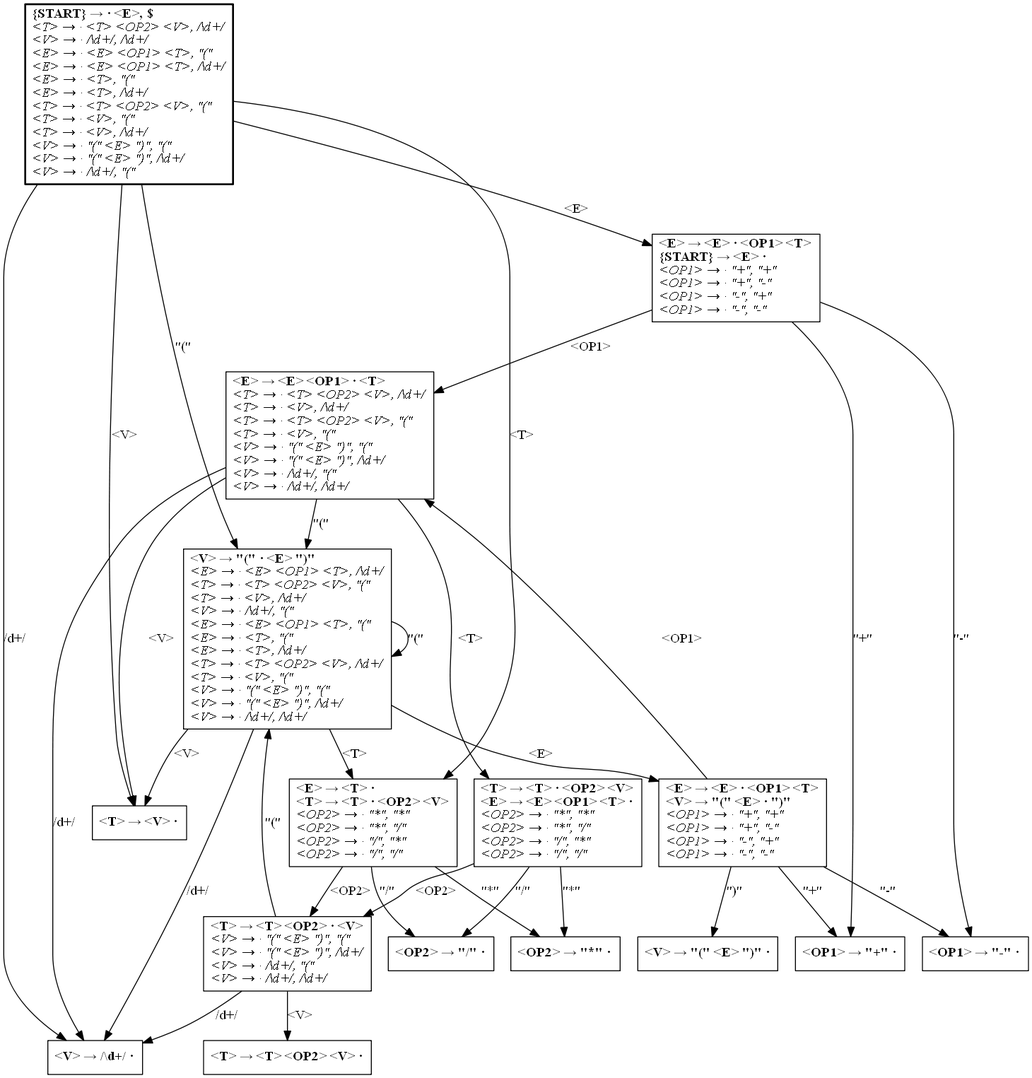
The Graphviz diagram lalr_collection_test.dot.png in tokenshift/appa, before a commit. Its source is kept beside it as lalr_collection_test.dot.
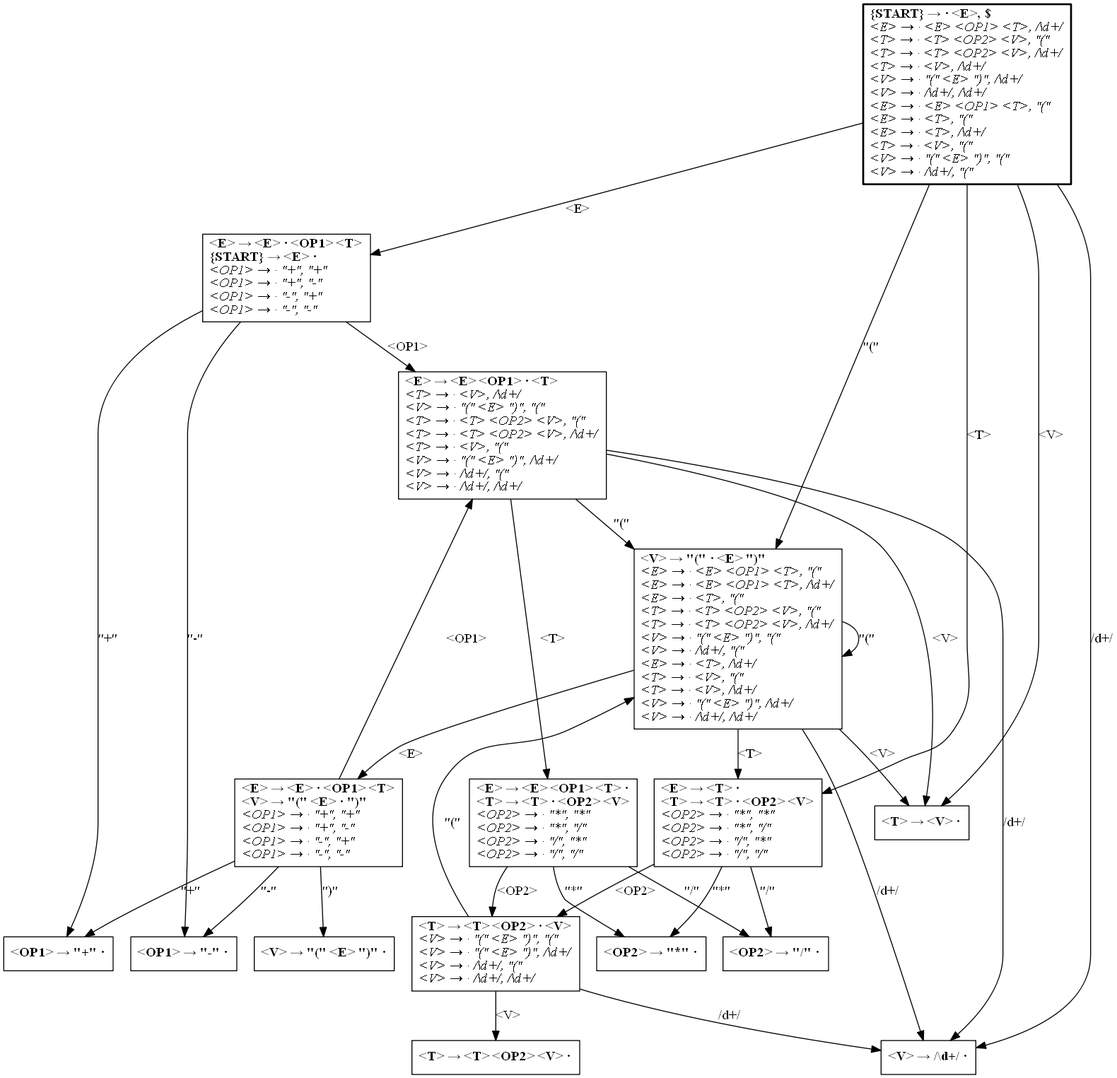
Above is the later version.

Commit message:
Implemented collection and set .each

What changed in the source:
```diff
@@ -1,24 +1,147 @@
 digraph LALR_Collection {
 	node[shape=box];
 
-	1 [label=<<b>
-	&amp;lt;OP1&amp;gt; → "-" ·<br align="left" />
+	1 [penwidth=2
+	label=<<b>
+	{START} → · &amp;lt;E&amp;gt;, $<br align="left" />
+	</b><i>
+	&amp;lt;E&amp;gt; → · &amp;lt;E&amp;gt; &amp;lt;OP1&amp;gt; &amp;lt;T&amp;gt;, /\d+/<br align="left" />
+	&amp;lt;T&amp;gt; → · &amp;lt;T&amp;gt; &amp;lt;OP2&amp;gt; &amp;lt;V&amp;gt;, "("<br align="left" />
+	&amp;lt;T&amp;gt; → · &amp;lt;T&amp;gt; &amp;lt;OP2&amp;gt; &amp;lt;V&amp;gt;, /\d+/<br align="left" />
+	&amp;lt;T&amp;gt; → · &amp;lt;V&amp;gt;, /\d+/<br align="left" />
+	&amp;lt;V&amp;gt; → · "(" &amp;lt;E&amp;gt; ")", /\d+/<br align="left" />
+	&amp;lt;V&amp;gt; → · /\d+/, /\d+/<br align="left" />
+	&amp;lt;E&amp;gt; → · &amp;lt;E&amp;gt; &amp;lt;OP1&amp;gt; &amp;lt;T&amp;gt;, "("<br align="left" />
+	&amp;lt;E&amp;gt; → · &amp;lt;T&amp;gt;, "("<br align="left" />
+	&amp;lt;E&amp;gt; → · &amp;lt;T&amp;gt;, /\d+/<br align="left" />
+	&amp;lt;T&amp;gt; → · &amp;lt;V&amp;gt;, "("<br align="left" />
+	&amp;lt;V&amp;gt; → · "(" &amp;lt;E&amp;gt; ")", "("<br align="left" />
+	&amp;lt;V&amp;gt; → · /\d+/, "("<br align="left" />
+	</i>>];
+
+	1 -> 2 [label="<E>"];
+	1 -> 3 [label="<T>"];
+	1 -> 4 [label="/\d+/"];
+	1 -> 5 [label="<V>"];
+	1 -> 6 [label="\"(\""];
+
+	6 [label=<<b>
+	&amp;lt;V&amp;gt; → "(" · &amp;lt;E&amp;gt; ")"<br align="left" />
+	</b><i>
+	&amp;lt;E&amp;gt; → · &amp;lt;E&amp;gt; &amp;lt;OP1&amp;gt; &amp;lt;T&amp;gt;, "("<br align="left" />
+	&amp;lt;E&amp;gt; → · &amp;lt;E&amp;gt; &amp;lt;OP1&amp;gt; &amp;lt;T&amp;gt;, /\d+/<br align="left" />
+	&amp;lt;E&amp;gt; → · &amp;lt;T&amp;gt;, "("<br align="left" />
+	&amp;lt;T&amp;gt; → · &amp;lt;T&amp;gt; &amp;lt;OP2&amp;gt; &amp;lt;V&amp;gt;, "("<br align="left" />
+	&amp;lt;T&amp;gt; → · &amp;lt;T&amp;gt; &amp;lt;OP2&amp;gt; &amp;lt;V&amp;gt;, /\d+/<br align="left" />
+	&amp;lt;V&amp;gt; → · "(" &amp;lt;E&amp;gt; ")", "("<br align="left" />
+	&amp;lt;V&amp;gt; → · /\d+/, "("<br align="left" />
+	&amp;lt;E&amp;gt; → · &amp;lt;T&amp;gt;, /\d+/<br align="left" />
+	&amp;lt;T&amp;gt; → · &amp;lt;V&amp;gt;, "("<br align="left" />
+	&amp;lt;T&amp;gt; → · &amp;lt;V&amp;gt;, /\d+/<br align="left" />
+	&amp;lt;V&amp;gt; → · "(" &amp;lt;E&amp;gt; ")", /\d+/<br align="left" />
+	&amp;lt;V&amp;gt; → · /\d+/, /\d+/<br align="left" />
+	</i>>];
+
+	6 -> 7 [label="<E>"];
+	6 -> 3 [label="<T>"];
+	6 -> 6 [label="\"(\""];
+	6 -> 4 [label="/\d+/"];
+	6 -> 5 [label="<V>"];
+
+	8 [label=<<b>
+	&amp;lt;OP1&amp;gt; → "+" ·<br align="left" />
 	</b>>];
 
-	2 [label=<<b>
-	&amp;lt;T&amp;gt; → &amp;lt;T&amp;gt; &amp;lt;OP2&amp;gt; · &amp;lt;V&amp;gt;<br align="left" />
+	9 [label=<<b>
+	&amp;lt;E&amp;gt; → &amp;lt;E&amp;gt; &amp;lt;OP1&amp;gt; &amp;lt;T&amp;gt; ·<br align="left" />
+	&amp;lt;T&amp;gt; → &amp;lt;T&amp;gt; · &amp;lt;OP2&amp;gt; &amp;lt;V&amp;gt;<br align="left" />
 	</b><i>
+	&amp;lt;OP2&amp;gt; → · "*", "*"<br align="left" />
+	&amp;lt;OP2&amp;gt; → · "*", "/"<br align="left" />
+	&amp;lt;OP2&amp;gt; → · "/", "*"<br align="left" />
+	&amp;lt;OP2&amp;gt; → · "/", "/"<br align="left" />
+	</i>>];
+
+	9 -> 10 [label="<OP2>"];
+	9 -> 11 [label="\"*\""];
+	9 -> 12 [label="\"/\""];
+
+	13 [label=<<b>
+	&amp;lt;T&amp;gt; → &amp;lt;T&amp;gt; &amp;lt;OP2&amp;gt; &amp;lt;V&amp;gt; ·<br align="left" />
+	</b>>];
+
+	14 [label=<<b>
+	&amp;lt;V&amp;gt; → "(" &amp;lt;E&amp;gt; ")" ·<br align="left" />
+	</b>>];
+
+	4 [label=<<b>
+	&amp;lt;V&amp;gt; → /\d+/ ·<br align="left" />
+	</b>>];
+
+	5 [label=<<b>
+	&amp;lt;T&amp;gt; → &amp;lt;V&amp;gt; ·<br align="left" />
+	</b>>];
+
+	15 [label=<<b>
+	&amp;lt;E&amp;gt; → &amp;lt;E&amp;gt; &amp;lt;OP1&amp;gt; · &amp;lt;T&amp;gt;<br align="left" />
+	</b><i>
+	&amp;lt;T&amp;gt; → · &amp;lt;V&amp;gt;, /\d+/<br align="left" />
 	&amp;lt;V&amp;gt; → · "(" &amp;lt;E&amp;gt; ")", "("<br align="left" />
+	&amp;lt;T&amp;gt; → · &amp;lt;T&amp;gt; &amp;lt;OP2&amp;gt; &amp;lt;V&amp;gt;, "("<br align="left" />
+	&amp;lt;T&amp;gt; → · &amp;lt;T&amp;gt; &amp;lt;OP2&amp;gt; &amp;lt;V&amp;gt;, /\d+/<br align="left" />
+	&amp;lt;T&amp;gt; → · &amp;lt;V&amp;gt;, "("<br align="left" />
 	&amp;lt;V&amp;gt; → · "(" &amp;lt;E&amp;gt; ")", /\d+/<br align="left" />
 	&amp;lt;V&amp;gt; → · /\d+/, "("<br align="left" />
 	&amp;lt;V&amp;gt; → · /\d+/, /\d+/<br align="left" />
 	</i>>];
 
-	2 -> 3 [label="<V>"];
-	2 -> 4 [label="\"(\""];
-	2 -> 5 [label="/\d+/"];
+	15 -> 9 [label="<T>"];
+	15 -> 5 [label="<V>"];
+	15 -> 6 [label="\"(\""];
+	15 -> 4 [label="/\d+/"];
 
-	6 [label=<<b>
+	12 [label=<<b>
+	&amp;lt;OP2&amp;gt; → "/" ·<br align="left" />
+	</b>>];
+
+	7 [label=<<b>
+	&amp;lt;E&amp;gt; → &amp;lt;E&amp;gt; · &amp;lt;OP1&amp;gt; &amp;lt;T&amp;gt;<br align="left" />
+	&amp;lt;V&amp;gt; → "(" &amp;lt;E&amp;gt; · ")"<br align="left" />
+	</b><i>
+	&amp;lt;OP1&amp;gt; → · "+", "+"<br align="left" />
+	&amp;lt;OP1&amp;gt; → · "+", "-"<br align="left" />
+	&amp;lt;OP1&amp;gt; → · "-", "+"<br align="left" />
+	&amp;lt;OP1&amp;gt; → · "-", "-"<br align="left" />
+	</i>>];
+
+	7 -> 15 [label="<OP1>"];
+	7 -> 14 [label="\")\""];
+	7 -> 8 [label="\"+\""];
+	7 -> 16 [label="\"-\""];
+
+	3 [label=<<b>
+	&amp;lt;E&amp;gt; → &amp;lt;T&amp;gt; ·<br align="left" />
+	&amp;lt;T&amp;gt; → &amp;lt;T&amp;gt; · &amp;lt;OP2&amp;gt; &amp;lt;V&amp;gt;<br align="left" />
+	</b><i>
+	&amp;lt;OP2&amp;gt; → · "*", "*"<br align="left" />
+	&amp;lt;OP2&amp;gt; → · "*", "/"<br align="left" />
+	&amp;lt;OP2&amp;gt; → · "/", "*"<br align="left" />
+	&amp;lt;OP2&amp;gt; → · "/", "/"<br align="left" />
+	</i>>];
+
+	3 -> 10 [label="<OP2>"];
+	3 -> 11 [label="\"*\""];
+	3 -> 12 [label="\"/\""];
+
+	16 [label=<<b>
+	&amp;lt;OP1&amp;gt; → "-" ·<br align="left" />
+	</b>>];
+
+	11 [label=<<b>
+	&amp;lt;OP2&amp;gt; → "*" ·<br align="left" />
+	</b>>];
+
+	2 [label=<<b>
 	&amp;lt;E&amp;gt; → &amp;lt;E&amp;gt; · &amp;lt;OP1&amp;gt; &amp;lt;T&amp;gt;<br align="left" />
 	{START} → &amp;lt;E&amp;gt; ·<br align="left" />
 	</b><i>
@@ -28,143 +151,20 @@
 	&amp;lt;OP1&amp;gt; → · "-", "-"<br align="left" />
 	</i>>];
 
-	6 -> 7 [label="<OP1>"];
-	6 -> 8 [label="\"+\""];
-	6 -> 1 [label="\"-\""];
-
-	9 [label=<<b>
-	&amp;lt;E&amp;gt; → &amp;lt;T&amp;gt; ·<br align="left" />
-	&amp;lt;T&amp;gt; → &amp;lt;T&amp;gt; · &amp;lt;OP2&amp;gt; &amp;lt;V&amp;gt;<br align="left" />
-	</b><i>
-	&amp;lt;OP2&amp;gt; → · "*", "*"<br align="left" />
-	&amp;lt;OP2&amp;gt; → · "*", "/"<br align="left" />
-	&amp;lt;OP2&amp;gt; → · "/", "*"<br align="left" />
-	&amp;lt;OP2&amp;gt; → · "/", "/"<br align="left" />
-	</i>>];
-
-	9 -> 2 [label="<OP2>"];
-	9 -> 10 [label="\"*\""];
-	9 -> 11 [label="\"/\""];
-
-	12 [label=<<b>
-	&amp;lt;T&amp;gt; → &amp;lt;V&amp;gt; ·<br align="left" />
-	</b>>];
+	2 -> 15 [label="<OP1>"];
+	2 -> 8 [label="\"+\""];
+	2 -> 16 [label="\"-\""];
 
 	10 [label=<<b>
-	&amp;lt;OP2&amp;gt; → "*" ·<br align="left" />
-	</b>>];
-
-	11 [label=<<b>
-	&amp;lt;OP2&amp;gt; → "/" ·<br align="left" />
-	</b>>];
-
-	13 [label=<<b>
-	&amp;lt;T&amp;gt; → &amp;lt;T&amp;gt; · &amp;lt;OP2&amp;gt; &amp;lt;V&amp;gt;<br align="left" />
-	&amp;lt;E&amp;gt; → &amp;lt;E&amp;gt; &amp;lt;OP1&amp;gt; &amp;lt;T&amp;gt; ·<br align="left" />
+	&amp;lt;T&amp;gt; → &amp;lt;T&amp;gt; &amp;lt;OP2&amp;gt; · &amp;lt;V&amp;gt;<br align="left" />
 	</b><i>
-	&amp;lt;OP2&amp;gt; → · "*", "*"<br align="left" />
-	&amp;lt;OP2&amp;gt; → · "*", "/"<br align="left" />
-	&amp;lt;OP2&amp;gt; → · "/", "*"<br align="left" />
-	&amp;lt;OP2&amp;gt; → · "/", "/"<br align="left" />
-	</i>>];
-
-	13 -> 2 [label="<OP2>"];
-	13 -> 10 [label="\"*\""];
-	13 -> 11 [label="\"/\""];
-
-	8 [label=<<b>
-	&amp;lt;OP1&amp;gt; → "+" ·<br align="left" />
-	</b>>];
-
-	14 [label=<<b>
-	&amp;lt;E&amp;gt; → &amp;lt;E&amp;gt; · &amp;lt;OP1&amp;gt; &amp;lt;T&amp;gt;<br align="left" />
-	&amp;lt;V&amp;gt; → "(" &amp;lt;E&amp;gt; · ")"<br align="left" />
-	</b><i>
-	&amp;lt;OP1&amp;gt; → · "+", "+"<br align="left" />
-	&amp;lt;OP1&amp;gt; → · "+", "-"<br align="left" />
-	&amp;lt;OP1&amp;gt; → · "-", "+"<br align="left" />
-	&amp;lt;OP1&amp;gt; → · "-", "-"<br align="left" />
-	</i>>];
-
-	14 -> 7 [label="<OP1>"];
-	14 -> 15 [label="\")\""];
-	14 -> 8 [label="\"+\""];
-	14 -> 1 [label="\"-\""];
-
-	15 [label=<<b>
-	&amp;lt;V&amp;gt; → "(" &amp;lt;E&amp;gt; ")" ·<br align="left" />
-	</b>>];
-
-	16 [penwidth=2
-	label=<<b>
-	{START} → · &amp;lt;E&amp;gt;, $<br align="left" />
-	</b><i>
-	&amp;lt;T&amp;gt; → · &amp;lt;T&amp;gt; &amp;lt;OP2&amp;gt; &amp;lt;V&amp;gt;, /\d+/<br align="left" />
-	&amp;lt;V&amp;gt; → · /\d+/, /\d+/<br align="left" />
-	&amp;lt;E&amp;gt; → · &amp;lt;E&amp;gt; &amp;lt;OP1&amp;gt; &amp;lt;T&amp;gt;, "("<br align="left" />
-	&amp;lt;E&amp;gt; → · &amp;lt;E&amp;gt; &amp;lt;OP1&amp;gt; &amp;lt;T&amp;gt;, /\d+/<br align="left" />
-	&amp;lt;E&amp;gt; → · &amp;lt;T&amp;gt;, "("<br align="left" />
-	&amp;lt;E&amp;gt; → · &amp;lt;T&amp;gt;, /\d+/<br align="left" />
-	&amp;lt;T&amp;gt; → · &amp;lt;T&amp;gt; &amp;lt;OP2&amp;gt; &amp;lt;V&amp;gt;, "("<br align="left" />
-	&amp;lt;T&amp;gt; → · &amp;lt;V&amp;gt;, "("<br align="left" />
-	&amp;lt;T&amp;gt; → · &amp;lt;V&amp;gt;, /\d+/<br align="left" />
-	&amp;lt;V&amp;gt; → · "(" &amp;lt;E&amp;gt; ")", "("<br align="left" />
-	&amp;lt;V&amp;gt; → · "(" &amp;lt;E&amp;gt; ")", /\d+/<br align="left" />
-	&amp;lt;V&amp;gt; → · /\d+/, "("<br align="left" />
-	</i>>];
-
-	16 -> 6 [label="<E>"];
-	16 -> 9 [label="<T>"];
-	16 -> 12 [label="<V>"];
-	16 -> 4 [label="\"(\""];
-	16 -> 5 [label="/\d+/"];
-
-	4 [label=<<b>
-	&amp;lt;V&amp;gt; → "(" · &amp;lt;E&amp;gt; ")"<br align="left" />
-	</b><i>
-	&amp;lt;E&amp;gt; → · &amp;lt;E&amp;gt; &amp;lt;OP1&amp;gt; &amp;lt;T&amp;gt;, /\d+/<br align="left" />
-	&amp;lt;T&amp;gt; → · &amp;lt;T&amp;gt; &amp;lt;OP2&amp;gt; &amp;lt;V&amp;gt;, "("<br align="left" />
-	&amp;lt;T&amp;gt; → · &amp;lt;V&amp;gt;, /\d+/<br align="left" />
-	&amp;lt;V&amp;gt; → · /\d+/, "("<br align="left" />
-	&amp;lt;E&amp;gt; → · &amp;lt;E&amp;gt; &amp;lt;OP1&amp;gt; &amp;lt;T&amp;gt;, "("<br align="left" />
-	&amp;lt;E&amp;gt; → · &amp;lt;T&amp;gt;, "("<br align="left" />
-	&amp;lt;E&amp;gt; → · &amp;lt;T&amp;gt;, /\d+/<br align="left" />
-	&amp;lt;T&amp;gt; → · &amp;lt;T&amp;gt; &amp;lt;OP2&amp;gt; &amp;lt;V&amp;gt;, /\d+/<br align="left" />
-	&amp;lt;T&amp;gt; → · &amp;lt;V&amp;gt;, "("<br align="left" />
-	&amp;lt;V&amp;gt; → · "(" &amp;lt;E&amp;gt; ")", "("<br align="left" />
-	&amp;lt;V&amp;gt; → · "(" &amp;lt;E&amp;gt; ")", /\d+/<br align="left" />
-	&amp;lt;V&amp;gt; → · /\d+/, /\d+/<br align="left" />
-	</i>>];
-
-	4 -> 14 [label="<E>"];
-	4 -> 9 [label="<T>"];
-	4 -> 12 [label="<V>"];
-	4 -> 4 [label="\"(\""];
-	4 -> 5 [label="/\d+/"];
-
-	5 [label=<<b>
-	&amp;lt;V&amp;gt; → /\d+/ ·<br align="left" />
-	</b>>];
-
-	7 [label=<<b>
-	&amp;lt;E&amp;gt; → &amp;lt;E&amp;gt; &amp;lt;OP1&amp;gt; · &amp;lt;T&amp;gt;<br align="left" />
-	</b><i>
-	&amp;lt;T&amp;gt; → · &amp;lt;T&amp;gt; &amp;lt;OP2&amp;gt; &amp;lt;V&amp;gt;, /\d+/<br align="left" />
-	&amp;lt;T&amp;gt; → · &amp;lt;V&amp;gt;, /\d+/<br align="left" />
-	&amp;lt;T&amp;gt; → · &amp;lt;T&amp;gt; &amp;lt;OP2&amp;gt; &amp;lt;V&amp;gt;, "("<br align="left" />
-	&amp;lt;T&amp;gt; → · &amp;lt;V&amp;gt;, "("<br align="left" />
 	&amp;lt;V&amp;gt; → · "(" &amp;lt;E&amp;gt; ")", "("<br align="left" />
 	&amp;lt;V&amp;gt; → · "(" &amp;lt;E&amp;gt; ")", /\d+/<br align="left" />
 	&amp;lt;V&amp;gt; → · /\d+/, "("<br align="left" />
 	&amp;lt;V&amp;gt; → · /\d+/, /\d+/<br align="left" />
 	</i>>];
 
-	7 -> 13 [label="<T>"];
-	7 -> 12 [label="<V>"];
-	7 -> 4 [label="\"(\""];
-	7 -> 5 [label="/\d+/"];
-
-	3 [label=<<b>
-	&amp;lt;T&amp;gt; → &amp;lt;T&amp;gt; &amp;lt;OP2&amp;gt; &amp;lt;V&amp;gt; ·<br align="left" />
-	</b>>];
+	10 -> 13 [label="<V>"];
+	10 -> 6 [label="\"(\""];
+	10 -> 4 [label="/\d+/"];
 }
```
